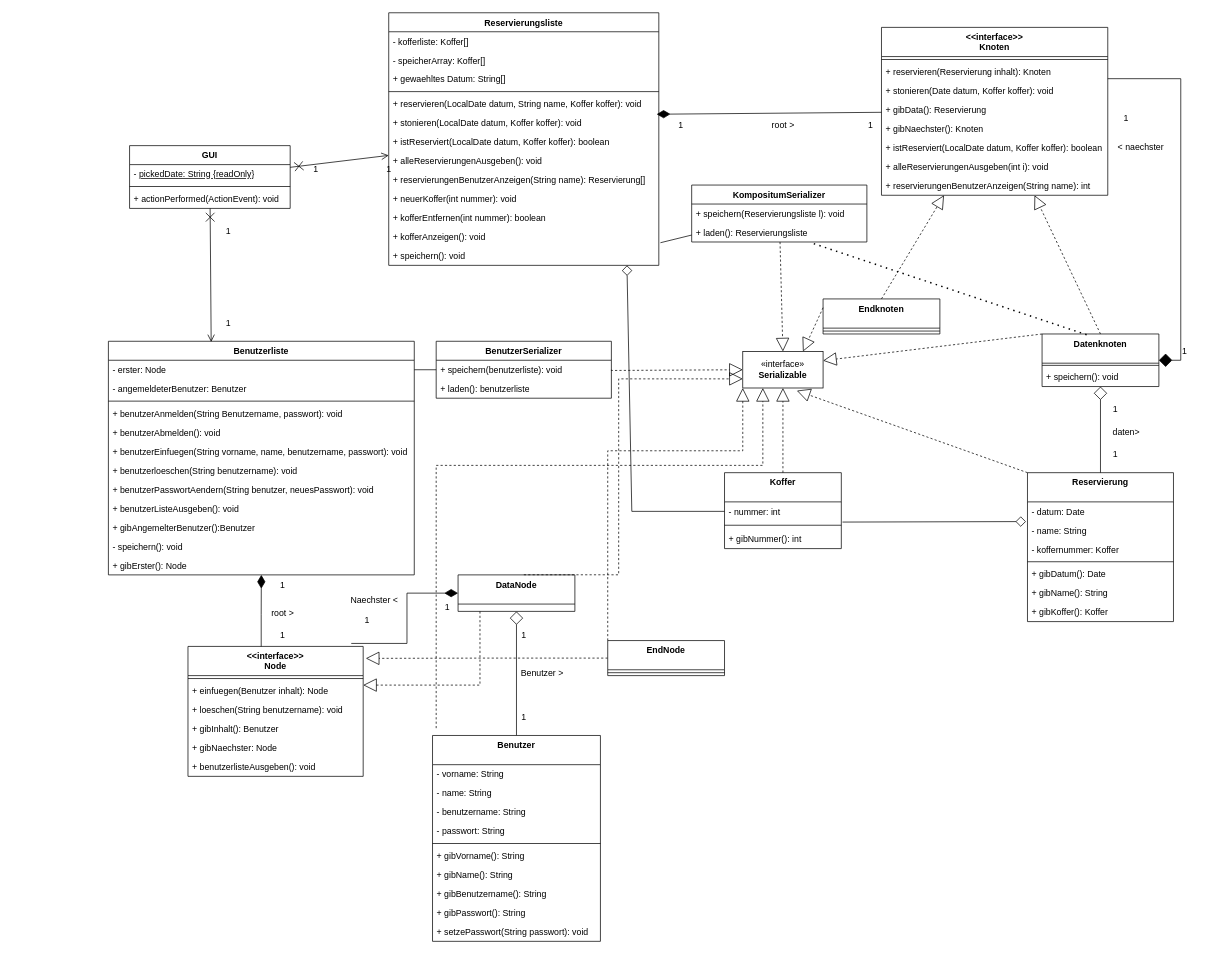
Before: Klassendiagramm.drawio in Klette80/Ipadkofferleihsystem, a draw.io diagram. Source tidied: cells renumbered, new cells numbered last; positions are measured from the earlier drawing's top-left corner, leaving out a move shared by most shapes. Both pictures are drawn from the tidied source at 73%, with x=0, y=0 at pixel (108, 12).
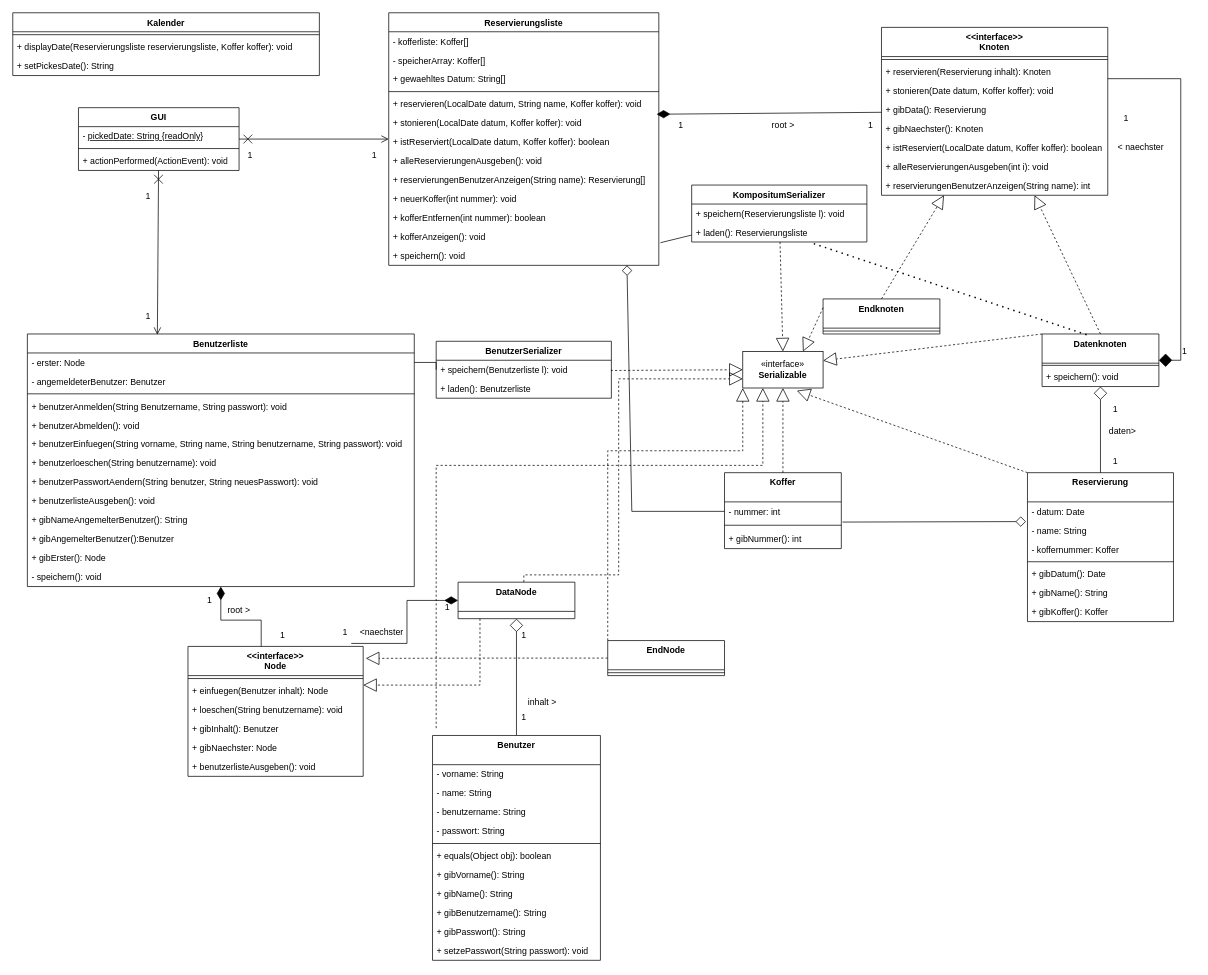
Above is the later version.

Unchanged cells that the change refers to:
```xml
<mxCell id="107" value="BenutzerSerializer" style="swimlane;fontStyle=1;align=center;verticalAlign=top;horizontal=1;startSize=26;whiteSpace=wrap;html=1;" parent="1" vertex="1">
  <mxGeometry x="449" y="450" width="240" height="78" as="geometry" />
</mxCell>
```

The edit, as a diff of the source:
```diff
@@
     <mxCell id="45" value="daten&amp;gt;" style="text;html=1;align=center;verticalAlign=middle;strokeColor=none;fillColor=none;" parent="1" vertex="1">
-      <mxGeometry x="1364" y="560" width="60" height="30" as="geometry" />
+      <mxGeometry x="1359" y="558" width="60" height="30" as="geometry" />
     </mxCell>
     <mxCell id="46" value="1" style="text;html=1;align=center;verticalAlign=middle;strokeColor=none;fillColor=none;" parent="1" vertex="1">
-      <mxGeometry x="1364" y="590" width="30" height="30" as="geometry" />
+      <mxGeometry x="1364" y="600" width="30" height="30" as="geometry" />
     </mxCell>
@@
     <mxCell id="67" value="Benutzerliste" style="swimlane;fontStyle=1;align=center;verticalAlign=top;horizontal=1;startSize=26;" parent="1" vertex="1">
-      <mxGeometry y="450" width="419" height="320" as="geometry" />
+      <mxGeometry x="-111" y="440" width="530" height="346" as="geometry" />
     </mxCell>
     <mxCell id="68" value="- erster: Node" style="text;strokeColor=none;fillColor=none;align=left;verticalAlign=top;spacingLeft=4;spacingRight=4;overflow=hidden;points=[[0,0.5],[1,0.5]];portConstraint=eastwest;" parent="67" vertex="1">
-      <mxGeometry y="26" width="419" height="26" as="geometry" />
+      <mxGeometry y="26" width="530" height="26" as="geometry" />
     </mxCell>
     <mxCell id="69" value="- angemeldeterBenutzer: Benutzer" style="text;strokeColor=none;fillColor=none;align=left;verticalAlign=top;spacingLeft=4;spacingRight=4;overflow=hidden;" parent="67" vertex="1">
-      <mxGeometry y="52" width="419" height="26" as="geometry" />
+      <mxGeometry y="52" width="530" height="26" as="geometry" />
     </mxCell>
     <mxCell id="70" style="line;strokeWidth=1;fillColor=none;align=left;verticalAlign=middle;spacingTop=-1;spacingLeft=3;spacingRight=3;labelPosition=right;strokeColor=inherit;" parent="67" vertex="1">
-      <mxGeometry y="78" width="419" height="8" as="geometry" />
+      <mxGeometry y="78" width="530" height="8" as="geometry" />
     </mxCell>
-    <mxCell id="71" value="+ benutzerAnmelden(String Benutzername, passwort): void" style="text;strokeColor=none;fillColor=none;align=left;verticalAlign=top;spacingLeft=4;spacingRight=4;overflow=hidden;" parent="67" vertex="1">
-      <mxGeometry y="86" width="419" height="26" as="geometry" />
+    <mxCell id="71" value="+ benutzerAnmelden(String Benutzername, String passwort): void" style="text;strokeColor=none;fillColor=none;align=left;verticalAlign=top;spacingLeft=4;spacingRight=4;overflow=hidden;" parent="67" vertex="1">
+      <mxGeometry y="86" width="530" height="26" as="geometry" />
     </mxCell>
     <mxCell id="72" value="+ benutzerAbmelden(): void" style="text;strokeColor=none;fillColor=none;align=left;verticalAlign=top;spacingLeft=4;spacingRight=4;overflow=hidden;" parent="67" vertex="1">
-      <mxGeometry y="112" width="419" height="26" as="geometry" />
+      <mxGeometry y="112" width="530" height="26" as="geometry" />
     </mxCell>
-    <mxCell id="73" value="+ benutzerEinfuegen(String vorname, name, benutzername, passwort): void" style="text;strokeColor=none;fillColor=none;align=left;verticalAlign=top;spacingLeft=4;spacingRight=4;overflow=hidden;" parent="67" vertex="1">
-      <mxGeometry y="138" width="419" height="26" as="geometry" />
+    <mxCell id="73" value="+ benutzerEinfuegen(String vorname, String name, String benutzername, String passwort): void" style="text;strokeColor=none;fillColor=none;align=left;verticalAlign=top;spacingLeft=4;spacingRight=4;overflow=hidden;" parent="67" vertex="1">
+      <mxGeometry y="138" width="530" height="26" as="geometry" />
     </mxCell>
     <mxCell id="74" value="+ benutzerloeschen(String benutzername): void" style="text;strokeColor=none;fillColor=none;align=left;verticalAlign=top;spacingLeft=4;spacingRight=4;overflow=hidden;" parent="67" vertex="1">
-      <mxGeometry y="164" width="419" height="26" as="geometry" />
+      <mxGeometry y="164" width="530" height="26" as="geometry" />
     </mxCell>
-    <mxCell id="75" value="+ benutzerPasswortAendern(String benutzer, neuesPasswort): void" style="text;strokeColor=none;fillColor=none;align=left;verticalAlign=top;spacingLeft=4;spacingRight=4;overflow=hidden;" parent="67" vertex="1">
-      <mxGeometry y="190" width="419" height="26" as="geometry" />
+    <mxCell id="75" value="+ benutzerPasswortAendern(String benutzer, String neuesPasswort): void" style="text;strokeColor=none;fillColor=none;align=left;verticalAlign=top;spacingLeft=4;spacingRight=4;overflow=hidden;" parent="67" vertex="1">
+      <mxGeometry y="190" width="530" height="26" as="geometry" />
     </mxCell>
-    <mxCell id="76" value="+ benutzerListeAusgeben(): void" style="text;strokeColor=none;fillColor=none;align=left;verticalAlign=top;spacingLeft=4;spacingRight=4;overflow=hidden;" parent="67" vertex="1">
-      <mxGeometry y="216" width="419" height="26" as="geometry" />
+    <mxCell id="76" value="+ benutzerlisteAusgeben(): void" style="text;strokeColor=none;fillColor=none;align=left;verticalAlign=top;spacingLeft=4;spacingRight=4;overflow=hidden;" parent="67" vertex="1">
+      <mxGeometry y="216" width="530" height="26" as="geometry" />
     </mxCell>
-    <mxCell id="77" value="+ gibAngemelterBenutzer():Benutzer" style="text;strokeColor=none;fillColor=none;align=left;verticalAlign=top;spacingLeft=4;spacingRight=4;overflow=hidden;" parent="67" vertex="1">
-      <mxGeometry y="242" width="419" height="26" as="geometry" />
+    <mxCell id="77" value="+ gibNameAngemelterBenutzer(): String" style="text;strokeColor=none;fillColor=none;align=left;verticalAlign=top;spacingLeft=4;spacingRight=4;overflow=hidden;" parent="67" vertex="1">
+      <mxGeometry y="242" width="530" height="26" as="geometry" />
     </mxCell>
+    <mxCell id="135" value="+ gibAngemelterBenutzer():Benutzer" style="text;strokeColor=none;fillColor=none;align=left;verticalAlign=top;spacingLeft=4;spacingRight=4;overflow=hidden;" parent="67" vertex="1">
+      <mxGeometry y="268" width="530" height="26" as="geometry" />
+    </mxCell>
+    <mxCell id="79" value="+ gibErster(): Node" style="text;strokeColor=none;fillColor=none;align=left;verticalAlign=top;spacingLeft=4;spacingRight=4;overflow=hidden;" parent="67" vertex="1">
+      <mxGeometry y="294" width="530" height="26" as="geometry" />
+    </mxCell>
     <mxCell id="78" value="- speichern(): void" style="text;strokeColor=none;fillColor=none;align=left;verticalAlign=top;spacingLeft=4;spacingRight=4;overflow=hidden;" parent="67" vertex="1">
-      <mxGeometry y="268" width="419" height="26" as="geometry" />
+      <mxGeometry y="320" width="530" height="26" as="geometry" />
     </mxCell>
-    <mxCell id="79" value="+ gibErster(): Node" style="text;strokeColor=none;fillColor=none;align=left;verticalAlign=top;spacingLeft=4;spacingRight=4;overflow=hidden;" parent="67" vertex="1">
-      <mxGeometry y="294" width="419" height="26" as="geometry" />
-    </mxCell>
@@
     <mxCell id="81" value="DataNode" style="swimlane;fontStyle=1;align=center;verticalAlign=top;horizontal=1;startSize=40;" parent="1" vertex="1">
-      <mxGeometry x="479" y="770" width="160" height="50" as="geometry" />
+      <mxGeometry x="479" y="780" width="160" height="50" as="geometry" />
     </mxCell>
@@
     <mxCell id="87" value="Benutzer" style="swimlane;fontStyle=1;align=center;verticalAlign=top;horizontal=1;startSize=40;" parent="1" vertex="1">
-      <mxGeometry x="444" y="990" width="230" height="282" as="geometry" />
+      <mxGeometry x="444" y="990" width="230" height="308" as="geometry" />
     </mxCell>
@@
-    <mxCell id="93" value="+ gibVorname(): String" style="text;strokeColor=none;fillColor=none;align=left;verticalAlign=top;spacingLeft=4;spacingRight=4;overflow=hidden;" parent="87" vertex="1">
+    <mxCell id="93" value="+ equals(Object obj): boolean" style="text;strokeColor=none;fillColor=none;align=left;verticalAlign=top;spacingLeft=4;spacingRight=4;overflow=hidden;" parent="87" vertex="1">
       <mxGeometry y="152" width="230" height="26" as="geometry" />
     </mxCell>
+    <mxCell id="136" value="+ gibVorname(): String" style="text;strokeColor=none;fillColor=none;align=left;verticalAlign=top;spacingLeft=4;spacingRight=4;overflow=hidden;" parent="87" vertex="1">
+      <mxGeometry y="178" width="230" height="26" as="geometry" />
+    </mxCell>
     <mxCell id="94" value="+ gibName(): String" style="text;strokeColor=none;fillColor=none;align=left;verticalAlign=top;spacingLeft=4;spacingRight=4;overflow=hidden;" parent="87" vertex="1">
-      <mxGeometry y="178" width="230" height="26" as="geometry" />
+      <mxGeometry y="204" width="230" height="26" as="geometry" />
     </mxCell>
     <mxCell id="95" value="+ gibBenutzername(): String" style="text;strokeColor=none;fillColor=none;align=left;verticalAlign=top;spacingLeft=4;spacingRight=4;overflow=hidden;" parent="87" vertex="1">
-      <mxGeometry y="204" width="230" height="26" as="geometry" />
+      <mxGeometry y="230" width="230" height="26" as="geometry" />
     </mxCell>
     <mxCell id="96" value="+ gibPasswort(): String" style="text;strokeColor=none;fillColor=none;align=left;verticalAlign=top;spacingLeft=4;spacingRight=4;overflow=hidden;" parent="87" vertex="1">
-      <mxGeometry y="230" width="230" height="26" as="geometry" />
+      <mxGeometry y="256" width="230" height="26" as="geometry" />
     </mxCell>
     <mxCell id="97" value="+ setzePasswort(String passwort): void" style="text;strokeColor=none;fillColor=none;align=left;verticalAlign=top;spacingLeft=4;spacingRight=4;overflow=hidden;" parent="87" vertex="1">
-      <mxGeometry y="256" width="230" height="26" as="geometry" />
+      <mxGeometry y="282" width="230" height="26" as="geometry" />
     </mxCell>
@@
-    <mxCell id="108" value="+ speichern(benutzerliste): void" style="text;strokeColor=none;fillColor=none;align=left;verticalAlign=top;spacingLeft=4;spacingRight=4;overflow=hidden;points=[[0,0.5],[1,0.5]];portConstraint=eastwest;whiteSpace=wrap;html=1;" parent="107" vertex="1">
+    <mxCell id="108" value="+ speichern(Benutzerliste l): void" style="text;strokeColor=none;fillColor=none;align=left;verticalAlign=top;spacingLeft=4;spacingRight=4;overflow=hidden;points=[[0,0.5],[1,0.5]];portConstraint=eastwest;whiteSpace=wrap;html=1;" parent="107" vertex="1">
       <mxGeometry y="26" width="240" height="26" as="geometry" />
     </mxCell>
-    <mxCell id="109" value="+ laden(): benutzerliste" style="text;strokeColor=none;fillColor=none;align=left;verticalAlign=top;spacingLeft=4;spacingRight=4;overflow=hidden;whiteSpace=wrap;html=1;" parent="107" vertex="1">
+    <mxCell id="109" value="+ laden(): Benutzerliste" style="text;strokeColor=none;fillColor=none;align=left;verticalAlign=top;spacingLeft=4;spacingRight=4;overflow=hidden;whiteSpace=wrap;html=1;" parent="107" vertex="1">
       <mxGeometry y="52" width="240" height="26" as="geometry" />
     </mxCell>
@@
     <mxCell id="113" value="1" style="text;strokeColor=none;align=center;fillColor=none;html=1;verticalAlign=middle;whiteSpace=wrap;rounded=0;" parent="1" vertex="1">
-      <mxGeometry x="209" y="770" width="60" height="30" as="geometry" />
+      <mxGeometry x="109" y="790" width="60" height="30" as="geometry" />
     </mxCell>
@@
     <mxCell id="115" value="root &amp;gt;" style="text;strokeColor=none;align=center;fillColor=none;html=1;verticalAlign=middle;whiteSpace=wrap;rounded=0;" parent="1" vertex="1">
-      <mxGeometry x="209" y="808" width="60" height="30" as="geometry" />
+      <mxGeometry x="149" y="804" width="60" height="30" as="geometry" />
     </mxCell>
@@
-    <mxCell id="117" value="Benutzer &amp;gt;" style="text;html=1;align=center;verticalAlign=middle;strokeColor=none;fillColor=none;" parent="1" vertex="1">
-      <mxGeometry x="554" y="890" width="80" height="30" as="geometry" />
+    <mxCell id="117" value="inhalt &amp;gt;" style="text;html=1;align=center;verticalAlign=middle;strokeColor=none;fillColor=none;" parent="1" vertex="1">
+      <mxGeometry x="564" y="930" width="60" height="30" as="geometry" />
     </mxCell>
@@
     <mxCell id="121" value="1" style="text;html=1;align=center;verticalAlign=middle;strokeColor=none;fillColor=none;" parent="1" vertex="1">
-      <mxGeometry x="339" y="818" width="30" height="30" as="geometry" />
+      <mxGeometry x="309" y="834" width="30" height="30" as="geometry" />
     </mxCell>
@@
-    <mxCell id="123" value="Naechster &amp;lt;" style="text;html=1;align=center;verticalAlign=middle;strokeColor=none;fillColor=none;" parent="1" vertex="1">
-      <mxGeometry x="319" y="790" width="90" height="30" as="geometry" />
+    <mxCell id="123" value="&amp;lt;naechster" style="text;html=1;align=center;verticalAlign=middle;strokeColor=none;fillColor=none;" parent="1" vertex="1">
+      <mxGeometry x="334" y="834" width="80" height="30" as="geometry" />
     </mxCell>
@@
     <mxCell id="125" value="GUI" style="swimlane;fontStyle=1;align=center;verticalAlign=top;horizontal=1;startSize=26;whiteSpace=wrap;html=1;" parent="1" vertex="1">
-      <mxGeometry x="29" y="182" width="220" height="86" as="geometry" />
+      <mxGeometry x="-41" y="130" width="220" height="86" as="geometry" />
     </mxCell>
@@
     <mxCell id="129" value="1" style="text;html=1;align=center;verticalAlign=middle;strokeColor=none;fillColor=none;" parent="1" vertex="1">
-      <mxGeometry x="149" y="410" width="30" height="30" as="geometry" />
+      <mxGeometry x="39" y="401" width="30" height="30" as="geometry" />
     </mxCell>
     <mxCell id="130" value="1" style="text;html=1;align=center;verticalAlign=middle;strokeColor=none;fillColor=none;" parent="1" vertex="1">
-      <mxGeometry x="149" y="284" width="30" height="30" as="geometry" />
+      <mxGeometry x="39" y="236" width="30" height="30" as="geometry" />
     </mxCell>
     <mxCell id="131" value="1" style="text;html=1;align=center;verticalAlign=middle;strokeColor=none;fillColor=none;" parent="1" vertex="1">
-      <mxGeometry x="269" y="200" width="30" height="30" as="geometry" />
+      <mxGeometry x="179" y="180" width="30" height="30" as="geometry" />
     </mxCell>
     <mxCell id="132" value="1" style="text;html=1;align=center;verticalAlign=middle;strokeColor=none;fillColor=none;" parent="1" vertex="1">
-      <mxGeometry x="369" y="200" width="30" height="30" as="geometry" />
+      <mxGeometry x="349" y="180" width="30" height="30" as="geometry" />
     </mxCell>
@@
+    <mxCell id="137" value="Kalender" style="swimlane;fontStyle=1;align=center;verticalAlign=top;horizontal=1;startSize=26;whiteSpace=wrap;html=1;" parent="1" vertex="1">
+      <mxGeometry x="-131" width="420" height="86" as="geometry" />
+    </mxCell>
+    <mxCell id="138" style="line;strokeWidth=1;fillColor=none;align=left;verticalAlign=middle;spacingTop=-1;spacingLeft=3;spacingRight=3;labelPosition=right;strokeColor=inherit;" parent="137" vertex="1">
+      <mxGeometry y="26" width="420" height="8" as="geometry" />
+    </mxCell>
+    <mxCell id="139" value="+ displayDate(Reservierungsliste reservierungsliste, Koffer koffer): void" style="text;strokeColor=none;fillColor=none;align=left;verticalAlign=top;spacingLeft=4;spacingRight=4;overflow=hidden;whiteSpace=wrap;html=1;" parent="137" vertex="1">
+      <mxGeometry y="34" width="420" height="26" as="geometry" />
+    </mxCell>
+    <mxCell id="140" value="+ setPickesDate(): String" style="text;strokeColor=none;fillColor=none;align=left;verticalAlign=top;spacingLeft=4;spacingRight=4;overflow=hidden;whiteSpace=wrap;html=1;" parent="137" vertex="1">
+      <mxGeometry y="60" width="420" height="26" as="geometry" />
+    </mxCell>
```
